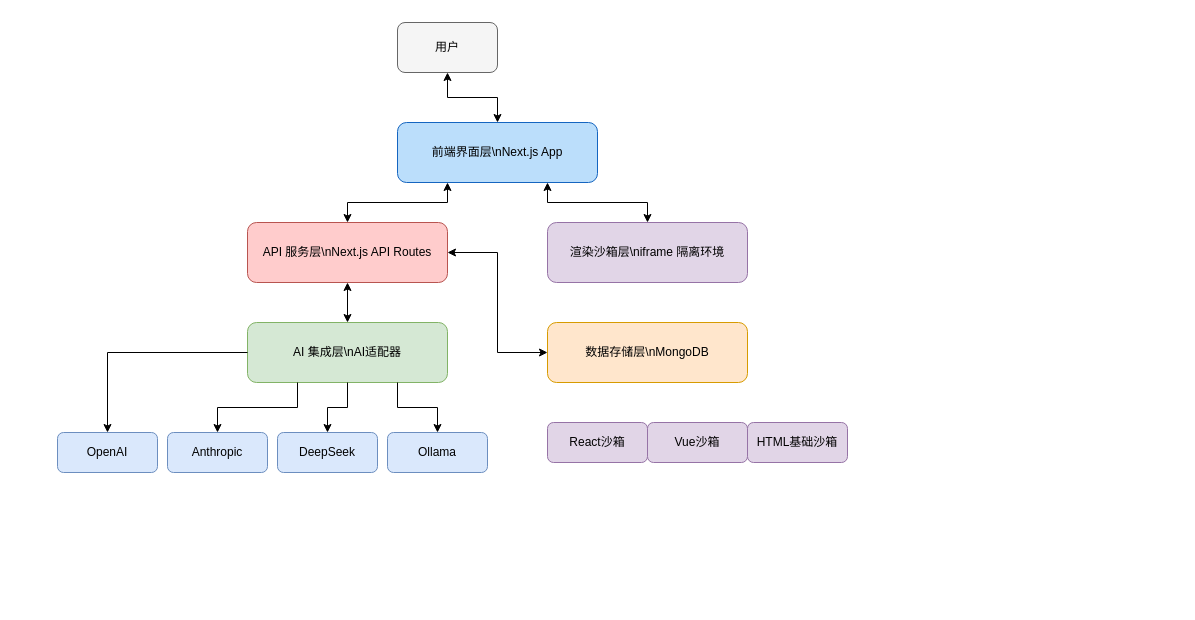
Earlier version of the draw.io diagram svgs/Untitled Diagram.drawio (CavinHuang/draw.io). Source tidied: cells renumbered, new cells numbered last; positions are measured from the earlier drawing's top-left corner, leaving out a move shared by most shapes. Both pictures are drawn from the tidied source at 100%, with x=0, y=0 at pixel (57, 22).
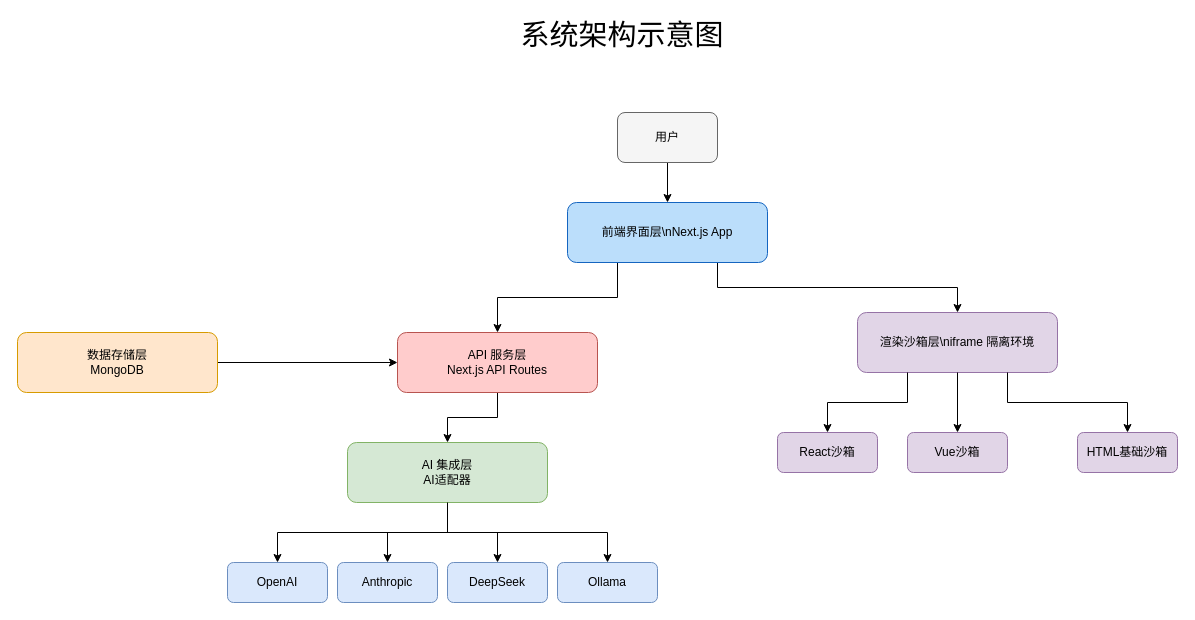
The same diagram, later.

What changed in the source:
```diff
@@
+    <mxCell id="4" style="edgeStyle=orthogonalEdgeStyle;rounded=0;jettySize=auto;html=1;exitX=0.5;exitY=1;exitDx=0;exitDy=0;entryX=0.5;entryY=0;entryDx=0;entryDy=0;" parent="1" edge="1" source="2" target="3">
+      <mxGeometry relative="1" as="geometry" />
+    </mxCell>
     <mxCell id="2" value="用户" style="rounded=1;whiteSpace=wrap;html=1;fillColor=#f5f5f5;strokeColor=#666666;" parent="1" vertex="1">
-      <mxGeometry x="340" width="100" height="50" as="geometry" />
+      <mxGeometry x="560" y="90" width="100" height="50" as="geometry" />
     </mxCell>
+    <mxCell id="7" style="edgeStyle=orthogonalEdgeStyle;rounded=0;jettySize=auto;html=1;exitX=0.25;exitY=1;exitDx=0;exitDy=0;entryX=0.5;entryY=0;entryDx=0;entryDy=0;" parent="1" edge="1" source="3" target="5">
+      <mxGeometry relative="1" as="geometry" />
+    </mxCell>
+    <mxCell id="8" style="edgeStyle=orthogonalEdgeStyle;rounded=0;jettySize=auto;html=1;exitX=0.75;exitY=1;exitDx=0;exitDy=0;entryX=0.5;entryY=0;entryDx=0;entryDy=0;" parent="1" edge="1" source="3" target="6">
+      <mxGeometry relative="1" as="geometry" />
+    </mxCell>
     <mxCell id="3" value="前端界面层\nNext.js App" style="rounded=1;whiteSpace=wrap;html=1;fillColor=#bbdefb;strokeColor=#1565c0;" parent="1" vertex="1">
-      <mxGeometry x="340" y="100" width="200" height="60" as="geometry" />
+      <mxGeometry x="510" y="180" width="200" height="60" as="geometry" />
     </mxCell>
-    <mxCell id="4" style="edgeStyle=orthogonalEdgeStyle;rounded=0;jettySize=auto;html=1;exitX=0.5;exitY=1;exitDx=0;exitDy=0;entryX=0.5;entryY=0;entryDx=0;entryDy=0;startArrow=classic;startFill=1;endArrow=classic;endFill=1;" parent="1" edge="1" source="2" target="3">
-      <mxGeometry relative="1" as="geometry" />
-    </mxCell>
+    <mxCell id="11" style="edgeStyle=orthogonalEdgeStyle;rounded=0;jettySize=auto;html=1;exitX=0.5;exitY=1;exitDx=0;exitDy=0;entryX=0.5;entryY=0;entryDx=0;entryDy=0;" parent="1" edge="1" source="5" target="9">
+      <mxGeometry relative="1" as="geometry" />
+    </mxCell>
-    <mxCell id="5" value="API 服务层\nNext.js API Routes" style="rounded=1;whiteSpace=wrap;html=1;fillColor=#ffcccc;strokeColor=#b85450;" parent="1" vertex="1">
-      <mxGeometry x="190" y="200" width="200" height="60" as="geometry" />
+    <mxCell id="5" value="API 服务层&lt;div&gt;Next.js API Routes&lt;/div&gt;" style="rounded=1;whiteSpace=wrap;html=1;fillColor=#ffcccc;strokeColor=#b85450;" parent="1" vertex="1">
+      <mxGeometry x="340" y="310" width="200" height="60" as="geometry" />
     </mxCell>
     <mxCell id="6" value="渲染沙箱层\niframe 隔离环境" style="rounded=1;whiteSpace=wrap;html=1;fillColor=#e1d5e7;strokeColor=#9673a6;" parent="1" vertex="1">
-      <mxGeometry x="490" y="200" width="200" height="60" as="geometry" />
+      <mxGeometry x="800" y="290" width="200" height="60" as="geometry" />
     </mxCell>
-    <mxCell id="7" style="edgeStyle=orthogonalEdgeStyle;rounded=0;jettySize=auto;html=1;exitX=0.25;exitY=1;exitDx=0;exitDy=0;entryX=0.5;entryY=0;entryDx=0;entryDy=0;startArrow=classic;startFill=1;endArrow=classic;endFill=1;" parent="1" edge="1" source="3" target="5">
-      <mxGeometry relative="1" as="geometry" />
-    </mxCell>
-    <mxCell id="8" style="edgeStyle=orthogonalEdgeStyle;rounded=0;jettySize=auto;html=1;exitX=0.75;exitY=1;exitDx=0;exitDy=0;entryX=0.5;entryY=0;entryDx=0;entryDy=0;startArrow=classic;startFill=1;endArrow=classic;endFill=1;" parent="1" edge="1" source="3" target="6">
-      <mxGeometry relative="1" as="geometry" />
-    </mxCell>
+    <mxCell id="17" style="edgeStyle=orthogonalEdgeStyle;rounded=0;jettySize=auto;html=1;exitX=0.5;exitY=1;exitDx=0;exitDy=0;entryX=0.5;entryY=0;entryDx=0;entryDy=0;" parent="1" edge="1" source="9" target="13">
+      <mxGeometry relative="1" as="geometry" />
+    </mxCell>
+    <mxCell id="20" style="edgeStyle=orthogonalEdgeStyle;rounded=0;jettySize=auto;html=1;exitX=0.5;exitY=1;exitDx=0;exitDy=0;entryX=0.5;entryY=0;entryDx=0;entryDy=0;" parent="1" edge="1" source="9" target="16">
+      <mxGeometry relative="1" as="geometry" />
+    </mxCell>
+    <mxCell id="18" style="edgeStyle=orthogonalEdgeStyle;rounded=0;jettySize=auto;html=1;exitX=0.5;exitY=1;exitDx=0;exitDy=0;entryX=0.5;entryY=0;entryDx=0;entryDy=0;" parent="1" edge="1" source="9" target="14">
+      <mxGeometry relative="1" as="geometry" />
+    </mxCell>
-    <mxCell id="9" value="AI 集成层\nAI适配器" style="rounded=1;whiteSpace=wrap;html=1;fillColor=#d5e8d4;strokeColor=#82b366;" parent="1" vertex="1">
-      <mxGeometry x="190" y="300" width="200" height="60" as="geometry" />
+    <mxCell id="9" value="AI 集成层&lt;div&gt;AI适配器&lt;/div&gt;" style="rounded=1;whiteSpace=wrap;html=1;fillColor=#d5e8d4;strokeColor=#82b366;" parent="1" vertex="1">
+      <mxGeometry x="290" y="420" width="200" height="60" as="geometry" />
     </mxCell>
+    <mxCell id="24" style="edgeStyle=orthogonalEdgeStyle;rounded=0;jettySize=auto;html=1;exitX=1;exitY=0.5;exitDx=0;exitDy=0;" parent="1" edge="1" source="10" target="5">
+      <mxGeometry relative="1" as="geometry" />
+    </mxCell>
-    <mxCell id="10" value="数据存储层\nMongoDB" style="rounded=1;whiteSpace=wrap;html=1;fillColor=#ffe6cc;strokeColor=#d79b00;" parent="1" vertex="1">
-      <mxGeometry x="490" y="300" width="200" height="60" as="geometry" />
+    <mxCell id="10" value="数据存储层&lt;div&gt;MongoDB&lt;/div&gt;" style="rounded=1;whiteSpace=wrap;html=1;fillColor=#ffe6cc;strokeColor=#d79b00;" parent="1" vertex="1">
+      <mxGeometry x="-40" y="310" width="200" height="60" as="geometry" />
     </mxCell>
-    <mxCell id="11" style="edgeStyle=orthogonalEdgeStyle;rounded=0;jettySize=auto;html=1;exitX=0.5;exitY=1;exitDx=0;exitDy=0;entryX=0.5;entryY=0;entryDx=0;entryDy=0;startArrow=classic;startFill=1;endArrow=classic;endFill=1;" parent="1" edge="1" source="5" target="9">
-      <mxGeometry relative="1" as="geometry" />
-    </mxCell>
-    <mxCell id="12" style="edgeStyle=orthogonalEdgeStyle;rounded=0;jettySize=auto;html=1;exitX=1;exitY=0.5;exitDx=0;exitDy=0;entryX=0;entryY=0.5;entryDx=0;entryDy=0;startArrow=classic;startFill=1;endArrow=classic;endFill=1;" parent="1" edge="1" source="5" target="10">
-      <mxGeometry relative="1" as="geometry" />
-    </mxCell>
     <mxCell id="13" value="OpenAI" style="rounded=1;whiteSpace=wrap;html=1;fillColor=#dae8fc;strokeColor=#6c8ebf;" parent="1" vertex="1">
-      <mxGeometry y="410" width="100" height="40" as="geometry" />
+      <mxGeometry x="170" y="540" width="100" height="40" as="geometry" />
     </mxCell>
     <mxCell id="14" value="Anthropic" style="rounded=1;whiteSpace=wrap;html=1;fillColor=#dae8fc;strokeColor=#6c8ebf;" parent="1" vertex="1">
-      <mxGeometry x="110" y="410" width="100" height="40" as="geometry" />
+      <mxGeometry x="280" y="540" width="100" height="40" as="geometry" />
     </mxCell>
     <mxCell id="15" value="DeepSeek" style="rounded=1;whiteSpace=wrap;html=1;fillColor=#dae8fc;strokeColor=#6c8ebf;" parent="1" vertex="1">
-      <mxGeometry x="220" y="410" width="100" height="40" as="geometry" />
+      <mxGeometry x="390" y="540" width="100" height="40" as="geometry" />
     </mxCell>
     <mxCell id="16" value="Ollama" style="rounded=1;whiteSpace=wrap;html=1;fillColor=#dae8fc;strokeColor=#6c8ebf;" parent="1" vertex="1">
-      <mxGeometry x="330" y="410" width="100" height="40" as="geometry" />
+      <mxGeometry x="500" y="540" width="100" height="40" as="geometry" />
     </mxCell>
-    <mxCell id="17" style="edgeStyle=orthogonalEdgeStyle;rounded=0;jettySize=auto;html=1;exitX=0;exitY=0.5;exitDx=0;exitDy=0;entryX=0.5;entryY=0;entryDx=0;entryDy=0;" parent="1" edge="1" source="9" target="13">
-      <mxGeometry relative="1" as="geometry" />
-    </mxCell>
-    <mxCell id="18" style="edgeStyle=orthogonalEdgeStyle;rounded=0;jettySize=auto;html=1;exitX=0.25;exitY=1;exitDx=0;exitDy=0;entryX=0.5;entryY=0;entryDx=0;entryDy=0;" parent="1" edge="1" source="9" target="14">
-      <mxGeometry relative="1" as="geometry" />
-    </mxCell>
@@
-    <mxCell id="20" style="edgeStyle=orthogonalEdgeStyle;rounded=0;jettySize=auto;html=1;exitX=0.75;exitY=1;exitDx=0;exitDy=0;entryX=0.5;entryY=0;entryDx=0;entryDy=0;" parent="1" edge="1" source="9" target="16">
-      <mxGeometry relative="1" as="geometry" />
-    </mxCell>
     <mxCell id="21" value="React沙箱" style="rounded=1;whiteSpace=wrap;html=1;fillColor=#e1d5e7;strokeColor=#9673a6;" parent="1" vertex="1">
-      <mxGeometry x="490" y="400" width="100" height="40" as="geometry" />
+      <mxGeometry x="720" y="410" width="100" height="40" as="geometry" />
     </mxCell>
     <mxCell id="22" value="Vue沙箱" style="rounded=1;whiteSpace=wrap;html=1;fillColor=#e1d5e7;strokeColor=#9673a6;" parent="1" vertex="1">
-      <mxGeometry x="590" y="400" width="100" height="40" as="geometry" />
+      <mxGeometry x="850" y="410" width="100" height="40" as="geometry" />
     </mxCell>
     <mxCell id="23" value="HTML基础沙箱" style="rounded=1;whiteSpace=wrap;html=1;fillColor=#e1d5e7;strokeColor=#9673a6;" parent="1" vertex="1">
-      <mxGeometry x="690" y="400" width="100" height="40" as="geometry" />
+      <mxGeometry x="1020" y="410" width="100" height="40" as="geometry" />
     </mxCell>
+    <mxCell id="25" style="edgeStyle=orthogonalEdgeStyle;rounded=0;jettySize=auto;html=1;exitX=0.25;exitY=1;exitDx=0;exitDy=0;entryX=0.5;entryY=0;entryDx=0;entryDy=0;" parent="1" edge="1" source="6" target="21">
+      <mxGeometry relative="1" as="geometry" />
+    </mxCell>
+    <mxCell id="26" style="edgeStyle=orthogonalEdgeStyle;rounded=0;jettySize=auto;html=1;exitX=0.5;exitY=1;exitDx=0;exitDy=0;entryX=0.5;entryY=0;entryDx=0;entryDy=0;" parent="1" edge="1" source="6" target="22">
+      <mxGeometry relative="1" as="geometry" />
+    </mxCell>
+    <mxCell id="27" style="edgeStyle=orthogonalEdgeStyle;rounded=0;jettySize=auto;html=1;exitX=0.75;exitY=1;exitDx=0;exitDy=0;entryX=0.5;entryY=0;entryDx=0;entryDy=0;" parent="1" edge="1" source="6" target="23">
+      <mxGeometry relative="1" as="geometry" />
+    </mxCell>
+    <mxCell id="28" value="&lt;font style=&quot;font-size: 29px;&quot; face=&quot;Comic Sans MS&quot;&gt;系统架构示意图&lt;/font&gt;" style="text;html=1;align=center;verticalAlign=middle;whiteSpace=wrap;rounded=0;" parent="1" vertex="1">
+      <mxGeometry x="380" width="370" height="30" as="geometry" />
+    </mxCell>
```
